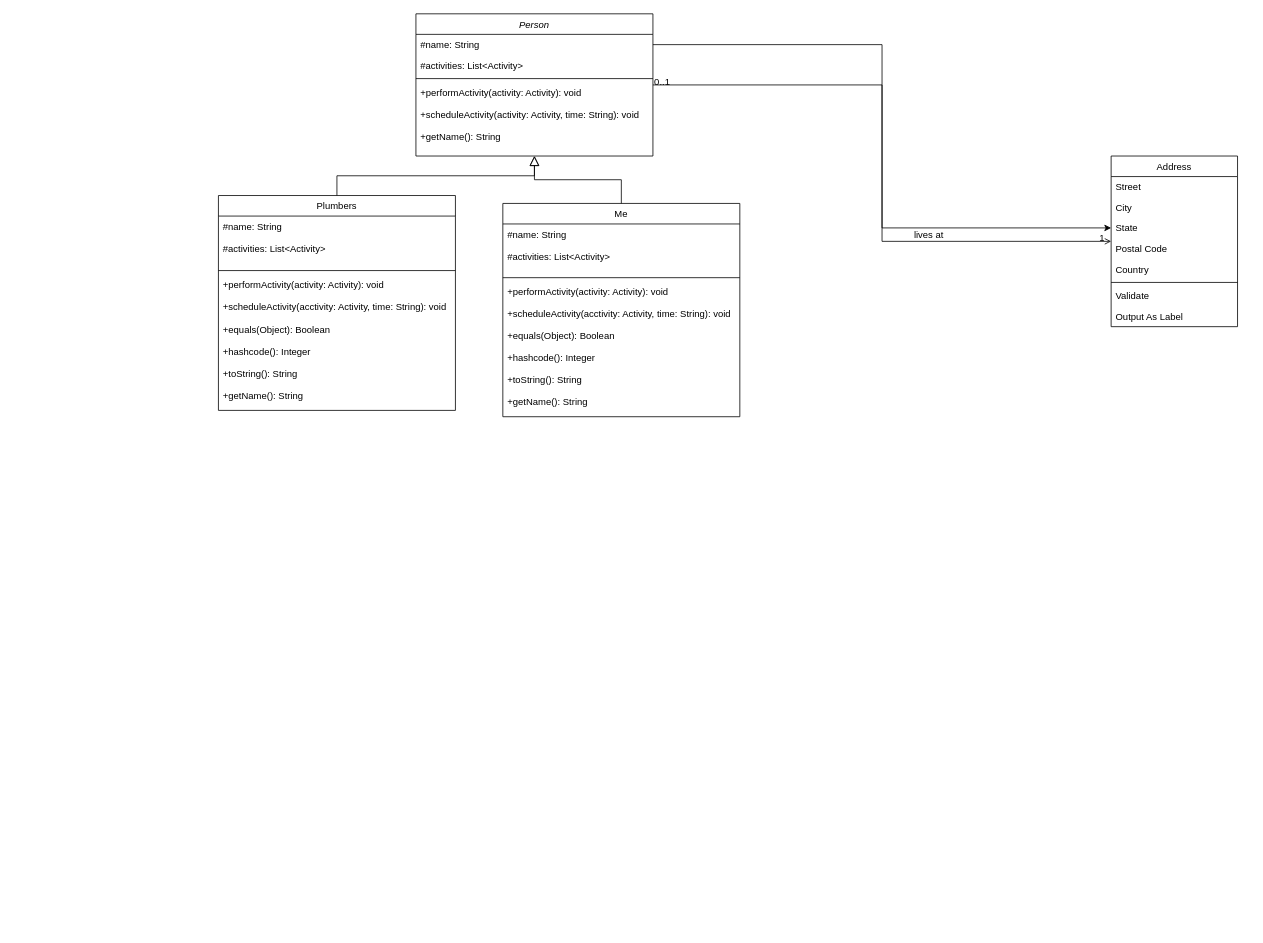
kyg03a/itmebra keeps this draw.io diagram as Прога/Untitled Diagram.drawio. Above is the earlier version. Source tidied: cells renumbered, new cells numbered last; positions are measured from the earlier drawing's top-left corner, leaving out a move shared by most shapes. Both pictures are drawn from the tidied source at 79%, with x=0, y=0 at pixel (218, 13).
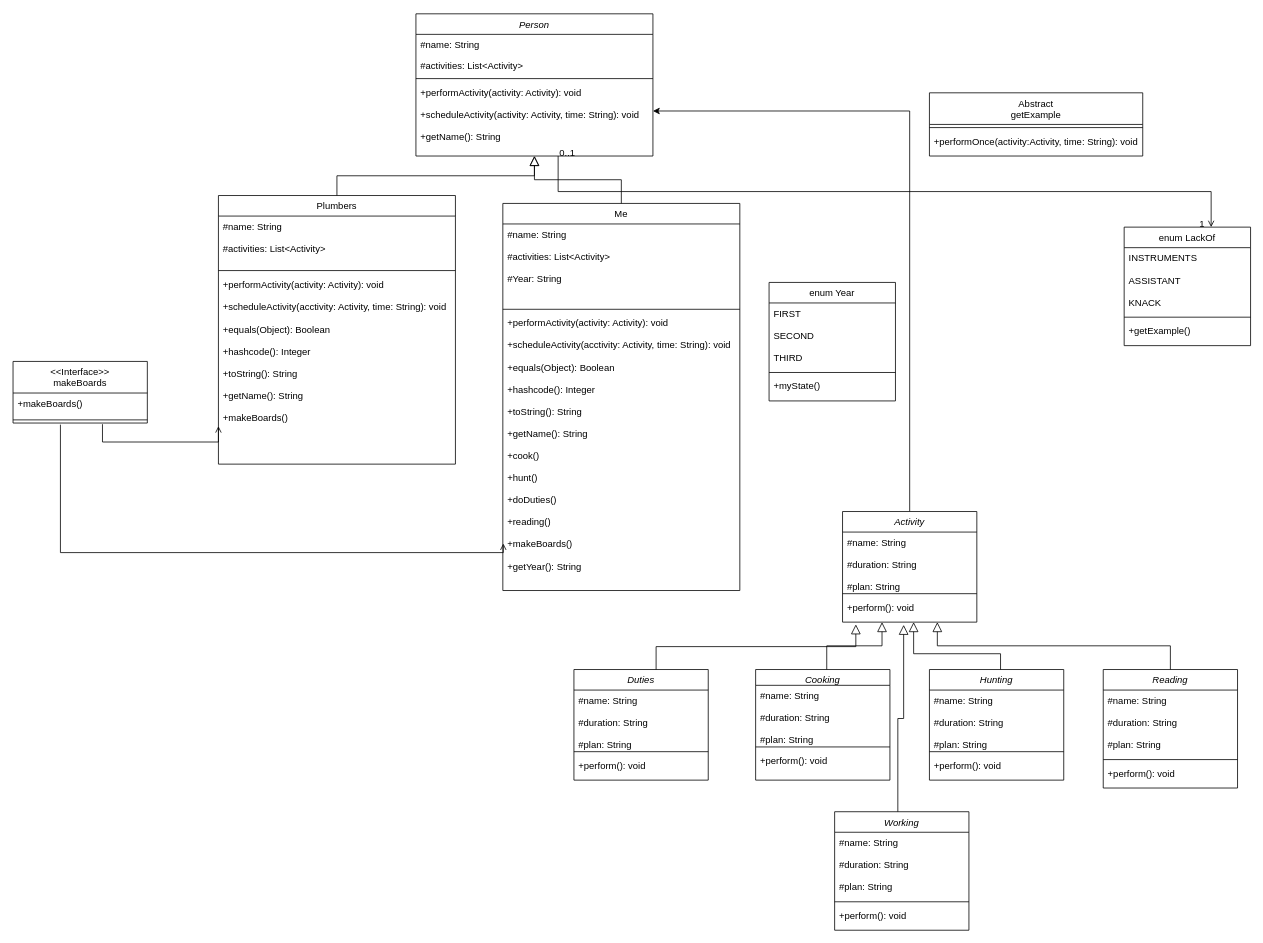
The same diagram, later.

The change refers to these unchanged cells:
```xml
<mxCell id="2" value="Person" style="swimlane;fontStyle=2;align=center;verticalAlign=top;horizontal=1;startSize=26;rounded=0;shadow=0;strokeWidth=1;" parent="1" vertex="1">
  <mxGeometry x="250" width="300" height="180" as="geometry" />
</mxCell>
<mxCell id="3" value="#name: String" style="text;align=left;verticalAlign=top;spacingLeft=4;spacingRight=4;overflow=hidden;points=[[0,0.5],[1,0.5]];portConstraint=eastwest;" parent="2" vertex="1">
  <mxGeometry y="26" width="300" height="26" as="geometry" />
</mxCell>
<mxCell id="6" value="+performActivity(activity: Activity): void&#10;&#10;+scheduleActivity(activity: Activity, time: String): void&#10;&#10;+getName(): String&#10;" style="text;align=left;verticalAlign=top;spacingLeft=4;spacingRight=4;overflow=hidden;points=[[0,0.5],[1,0.5]];portConstraint=eastwest;" parent="2" vertex="1">
  <mxGeometry y="86" width="300" height="74" as="geometry" />
</mxCell>
```

What changed in the source:
```diff
@@
     <mxCell id="7" value="Plumbers" style="swimlane;fontStyle=0;align=center;verticalAlign=top;horizontal=1;startSize=26;rounded=0;shadow=0;strokeWidth=1;" parent="1" vertex="1">
-      <mxGeometry y="230" width="300" height="272" as="geometry" />
+      <mxGeometry y="230" width="300" height="340" as="geometry" />
     </mxCell>
@@
-    <mxCell id="10" value="+performActivity(activity: Activity): void&#10;&#10;+scheduleActivity(acctivity: Activity, time: String): void&#10;&#10;+equals(Object): Boolean&#10;&#10;+hashcode(): Integer&#10;&#10;+toString(): String&#10;&#10;+getName(): String" style="text;align=left;verticalAlign=top;spacingLeft=4;spacingRight=4;overflow=hidden;" parent="7" vertex="1">
-      <mxGeometry y="100" width="300" height="172" as="geometry" />
+    <mxCell id="10" value="+performActivity(activity: Activity): void&#10;&#10;+scheduleActivity(acctivity: Activity, time: String): void&#10;&#10;+equals(Object): Boolean&#10;&#10;+hashcode(): Integer&#10;&#10;+toString(): String&#10;&#10;+getName(): String&#10;&#10;+makeBoards()" style="text;align=left;verticalAlign=top;spacingLeft=4;spacingRight=4;overflow=hidden;" parent="7" vertex="1">
+      <mxGeometry y="100" width="300" height="240" as="geometry" />
     </mxCell>
@@
     <mxCell id="12" value="Me" style="swimlane;fontStyle=0;align=center;verticalAlign=top;horizontal=1;startSize=26;rounded=0;shadow=0;strokeWidth=1;" parent="1" vertex="1">
-      <mxGeometry x="360" y="240" width="300" height="270" as="geometry" />
+      <mxGeometry x="360" y="240" width="300" height="490" as="geometry" />
     </mxCell>
-    <mxCell id="13" value="#name: String&#10;&#10;#activities: List&lt;Activity&gt;" style="text;align=left;verticalAlign=top;spacingLeft=4;spacingRight=4;overflow=hidden;" parent="12" vertex="1">
-      <mxGeometry y="26" width="300" height="64" as="geometry" />
+    <mxCell id="13" value="#name: String&#10;&#10;#activities: List&lt;Activity&gt;&#10;&#10;#Year: String" style="text;align=left;verticalAlign=top;spacingLeft=4;spacingRight=4;overflow=hidden;" parent="12" vertex="1">
+      <mxGeometry y="26" width="300" height="104" as="geometry" />
     </mxCell>
     <mxCell id="14" style="line;html=1;strokeWidth=1;align=left;verticalAlign=middle;spacingTop=-1;spacingLeft=3;spacingRight=3;labelPosition=right;" parent="12" vertex="1">
-      <mxGeometry y="90" width="300" height="8" as="geometry" />
+      <mxGeometry y="130" width="300" height="8" as="geometry" />
     </mxCell>
-    <mxCell id="15" value="+performActivity(activity: Activity): void&#10;&#10;+scheduleActivity(acctivity: Activity, time: String): void&#10;&#10;+equals(Object): Boolean&#10;&#10;+hashcode(): Integer&#10;&#10;+toString(): String&#10;&#10;+getName(): String" style="text;align=left;verticalAlign=top;spacingLeft=4;spacingRight=4;overflow=hidden;points=[[0,0.5],[1,0.5]];portConstraint=eastwest;" parent="12" vertex="1">
-      <mxGeometry y="98" width="300" height="172" as="geometry" />
+    <mxCell id="15" value="+performActivity(activity: Activity): void&#10;&#10;+scheduleActivity(acctivity: Activity, time: String): void&#10;&#10;+equals(Object): Boolean&#10;&#10;+hashcode(): Integer&#10;&#10;+toString(): String&#10;&#10;+getName(): String&#10;&#10;+cook()&#10;&#10;+hunt()&#10;&#10;+doDuties()&#10;&#10;+reading()&#10;&#10;+makeBoards()&#10;&#10;+getYear(): String" style="text;align=left;verticalAlign=top;spacingLeft=4;spacingRight=4;overflow=hidden;points=[[0,0.5],[1,0.5]];portConstraint=eastwest;" parent="12" vertex="1">
+      <mxGeometry y="138" width="300" height="352" as="geometry" />
     </mxCell>
@@
-    <mxCell id="17" value="Address" style="swimlane;fontStyle=0;align=center;verticalAlign=top;horizontal=1;startSize=26;rounded=0;shadow=0;strokeWidth=1;" parent="1" vertex="1">
-      <mxGeometry x="1130" y="180" width="160" height="216" as="geometry" />
+    <mxCell id="17" value="enum LackOf" style="swimlane;fontStyle=0;align=center;verticalAlign=top;horizontal=1;startSize=26;rounded=0;shadow=0;strokeWidth=1;" parent="1" vertex="1">
+      <mxGeometry x="1146.5" y="270" width="160" height="150" as="geometry" />
     </mxCell>
-    <mxCell id="18" value="Street" style="text;align=left;verticalAlign=top;spacingLeft=4;spacingRight=4;overflow=hidden;" parent="17" vertex="1">
-      <mxGeometry y="26" width="160" height="26" as="geometry" />
+    <mxCell id="18" value="INSTRUMENTS&#10;&#10;ASSISTANT &#10;&#10;KNACK" style="text;align=left;verticalAlign=top;spacingLeft=4;spacingRight=4;overflow=hidden;" parent="17" vertex="1">
+      <mxGeometry y="26" width="160" height="84" as="geometry" />
     </mxCell>
-    <mxCell id="19" value="City" style="text;align=left;verticalAlign=top;spacingLeft=4;spacingRight=4;overflow=hidden;rounded=0;shadow=0;html=0;" parent="17" vertex="1">
-      <mxGeometry y="52" width="160" height="26" as="geometry" />
-    </mxCell>
-    <mxCell id="20" value="State" style="text;align=left;verticalAlign=top;spacingLeft=4;spacingRight=4;overflow=hidden;points=[[0,0.5],[1,0.5]];portConstraint=eastwest;rounded=0;shadow=0;html=0;" parent="17" vertex="1">
-      <mxGeometry y="78" width="160" height="26" as="geometry" />
-    </mxCell>
-    <mxCell id="21" value="Postal Code" style="text;align=left;verticalAlign=top;spacingLeft=4;spacingRight=4;overflow=hidden;rounded=0;shadow=0;html=0;" parent="17" vertex="1">
-      <mxGeometry y="104" width="160" height="26" as="geometry" />
-    </mxCell>
-    <mxCell id="22" value="Country" style="text;align=left;verticalAlign=top;spacingLeft=4;spacingRight=4;overflow=hidden;rounded=0;shadow=0;html=0;" parent="17" vertex="1">
-      <mxGeometry y="130" width="160" height="26" as="geometry" />
-    </mxCell>
     <mxCell id="23" style="line;html=1;strokeWidth=1;align=left;verticalAlign=middle;spacingTop=-1;spacingLeft=3;spacingRight=3;labelPosition=right;" parent="17" vertex="1">
-      <mxGeometry y="156" width="160" height="8" as="geometry" />
+      <mxGeometry y="110" width="160" height="8" as="geometry" />
     </mxCell>
-    <mxCell id="24" value="Validate" style="text;align=left;verticalAlign=top;spacingLeft=4;spacingRight=4;overflow=hidden;" parent="17" vertex="1">
-      <mxGeometry y="164" width="160" height="26" as="geometry" />
+    <mxCell id="24" value="+getExample()" style="text;align=left;verticalAlign=top;spacingLeft=4;spacingRight=4;overflow=hidden;" parent="17" vertex="1">
+      <mxGeometry y="118" width="160" height="26" as="geometry" />
     </mxCell>
-    <mxCell id="25" value="Output As Label" style="text;align=left;verticalAlign=top;spacingLeft=4;spacingRight=4;overflow=hidden;" parent="17" vertex="1">
-      <mxGeometry y="190" width="160" height="26" as="geometry" />
-    </mxCell>
-    <mxCell id="26" style="endArrow=open;shadow=0;strokeWidth=1;rounded=0;curved=0;endFill=1;edgeStyle=elbowEdgeStyle;elbow=vertical;" parent="1" edge="1" source="2" target="17">
+    <mxCell id="26" style="endArrow=open;shadow=0;strokeWidth=1;rounded=0;curved=0;endFill=1;edgeStyle=elbowEdgeStyle;elbow=vertical;" parent="1" edge="1">
       <mxGeometry x="0.5" y="41" relative="1" as="geometry">
+        <mxPoint x="430" y="180" as="sourcePoint" />
+        <mxPoint x="1256.6" y="270" as="targetPoint" />
         <mxPoint x="-40" y="32" as="offset" />
       </mxGeometry>
     </mxCell>
@@
-    <mxCell id="29" value="lives at" style="text;html=1;align=center;verticalAlign=middle;labelBackgroundColor=none;rounded=0;shadow=0;strokeWidth=1;fontSize=12;" parent="26" vertex="1">
-      <mxGeometry x="0.5" y="49" relative="1" as="geometry">
-        <mxPoint x="-38" y="40" as="offset" />
-      </mxGeometry>
-    </mxCell>
-    <mxCell id="30" style="edgeStyle=orthogonalEdgeStyle;rounded=0;jettySize=auto;html=1;" parent="1" edge="1" source="3" target="20">
-      <mxGeometry relative="1" as="geometry" />
-    </mxCell>
+    <mxCell id="31" value="&lt;&lt;Interface&gt;&gt;&#10;makeBoards&#10;" style="swimlane;fontStyle=0;align=center;verticalAlign=top;horizontal=1;startSize=40;rounded=0;shadow=0;strokeWidth=1;" parent="1" vertex="1">
+      <mxGeometry x="-260" y="440" width="170" height="78" as="geometry" />
+    </mxCell>
+    <mxCell id="32" value="+makeBoards()" style="text;align=left;verticalAlign=top;spacingLeft=4;spacingRight=4;overflow=hidden;" parent="31" vertex="1">
+      <mxGeometry y="40" width="170" height="30" as="geometry" />
+    </mxCell>
+    <mxCell id="33" style="line;html=1;strokeWidth=1;align=left;verticalAlign=middle;spacingTop=-1;spacingLeft=3;spacingRight=3;labelPosition=right;points=[];portConstraint=eastwest;" parent="31" vertex="1">
+      <mxGeometry y="70" width="170" height="8" as="geometry" />
+    </mxCell>
+    <mxCell id="34" style="edgeStyle=orthogonalEdgeStyle;rounded=0;jettySize=auto;html=1;" parent="1" edge="1" source="35" target="6">
+      <mxGeometry relative="1" as="geometry" />
+    </mxCell>
+    <mxCell id="35" value="Activity" style="swimlane;fontStyle=2;align=center;verticalAlign=top;horizontal=1;startSize=26;rounded=0;shadow=0;strokeWidth=1;" parent="1" vertex="1">
+      <mxGeometry x="790" y="630" width="170" height="140" as="geometry" />
+    </mxCell>
+    <mxCell id="36" value="#name: String&#10;&#10;#duration: String&#10;&#10;#plan: String&#10;" style="text;align=left;verticalAlign=top;spacingLeft=4;spacingRight=4;overflow=hidden;" parent="35" vertex="1">
+      <mxGeometry y="26" width="170" height="74" as="geometry" />
+    </mxCell>
+    <mxCell id="37" style="line;html=1;strokeWidth=1;align=left;verticalAlign=middle;spacingTop=-1;spacingLeft=3;spacingRight=3;labelPosition=right;" parent="35" vertex="1">
+      <mxGeometry y="100" width="170" height="8" as="geometry" />
+    </mxCell>
+    <mxCell id="38" value="+perform(): void" style="text;align=left;verticalAlign=top;spacingLeft=4;spacingRight=4;overflow=hidden;points=[[0,0.5],[1,0.5]];portConstraint=eastwest;" parent="35" vertex="1">
+      <mxGeometry y="108" width="170" height="32" as="geometry" />
+    </mxCell>
+    <mxCell id="39" value="Hunting" style="swimlane;fontStyle=2;align=center;verticalAlign=top;horizontal=1;startSize=26;rounded=0;shadow=0;strokeWidth=1;" parent="1" vertex="1">
+      <mxGeometry x="900" y="830" width="170" height="140" as="geometry" />
+    </mxCell>
+    <mxCell id="40" value="#name: String&#10;&#10;#duration: String&#10;&#10;#plan: String&#10;" style="text;align=left;verticalAlign=top;spacingLeft=4;spacingRight=4;overflow=hidden;" parent="39" vertex="1">
+      <mxGeometry y="26" width="170" height="74" as="geometry" />
+    </mxCell>
+    <mxCell id="41" style="line;html=1;strokeWidth=1;align=left;verticalAlign=middle;spacingTop=-1;spacingLeft=3;spacingRight=3;labelPosition=right;" parent="39" vertex="1">
+      <mxGeometry y="100" width="170" height="8" as="geometry" />
+    </mxCell>
+    <mxCell id="42" value="+perform(): void" style="text;align=left;verticalAlign=top;spacingLeft=4;spacingRight=4;overflow=hidden;" parent="39" vertex="1">
+      <mxGeometry y="108" width="170" height="32" as="geometry" />
+    </mxCell>
+    <mxCell id="43" value="Cooking" style="swimlane;fontStyle=2;align=center;verticalAlign=top;horizontal=1;startSize=20;rounded=0;shadow=0;strokeWidth=1;" parent="1" vertex="1">
+      <mxGeometry x="680" y="830" width="170" height="140" as="geometry" />
+    </mxCell>
+    <mxCell id="44" value="#name: String&#10;&#10;#duration: String&#10;&#10;#plan: String&#10;" style="text;align=left;verticalAlign=top;spacingLeft=4;spacingRight=4;overflow=hidden;" parent="43" vertex="1">
+      <mxGeometry y="20" width="170" height="74" as="geometry" />
+    </mxCell>
+    <mxCell id="45" style="line;html=1;strokeWidth=1;align=left;verticalAlign=middle;spacingTop=-1;spacingLeft=3;spacingRight=3;labelPosition=right;" parent="43" vertex="1">
+      <mxGeometry y="94" width="170" height="8" as="geometry" />
+    </mxCell>
+    <mxCell id="46" value="+perform(): void" style="text;align=left;verticalAlign=top;spacingLeft=4;spacingRight=4;overflow=hidden;" parent="43" vertex="1">
+      <mxGeometry y="102" width="170" height="32" as="geometry" />
+    </mxCell>
+    <mxCell id="47" value="Duties" style="swimlane;fontStyle=2;align=center;verticalAlign=top;horizontal=1;startSize=26;rounded=0;shadow=0;strokeWidth=1;" parent="1" vertex="1">
+      <mxGeometry x="450" y="830" width="170" height="140" as="geometry" />
+    </mxCell>
+    <mxCell id="48" value="#name: String&#10;&#10;#duration: String&#10;&#10;#plan: String&#10;" style="text;align=left;verticalAlign=top;spacingLeft=4;spacingRight=4;overflow=hidden;" parent="47" vertex="1">
+      <mxGeometry y="26" width="170" height="74" as="geometry" />
+    </mxCell>
+    <mxCell id="49" style="line;html=1;strokeWidth=1;align=left;verticalAlign=middle;spacingTop=-1;spacingLeft=3;spacingRight=3;labelPosition=right;" parent="47" vertex="1">
+      <mxGeometry y="100" width="170" height="8" as="geometry" />
+    </mxCell>
+    <mxCell id="50" value="+perform(): void" style="text;align=left;verticalAlign=top;spacingLeft=4;spacingRight=4;overflow=hidden;" parent="47" vertex="1">
+      <mxGeometry y="108" width="170" height="32" as="geometry" />
+    </mxCell>
+    <mxCell id="51" value="Reading" style="swimlane;fontStyle=2;align=center;verticalAlign=top;horizontal=1;startSize=26;rounded=0;shadow=0;strokeWidth=1;" parent="1" vertex="1">
+      <mxGeometry x="1120" y="830" width="170" height="150" as="geometry" />
+    </mxCell>
+    <mxCell id="52" value="#name: String&#10;&#10;#duration: String&#10;&#10;#plan: String&#10;" style="text;align=left;verticalAlign=top;spacingLeft=4;spacingRight=4;overflow=hidden;" parent="51" vertex="1">
+      <mxGeometry y="26" width="170" height="84" as="geometry" />
+    </mxCell>
+    <mxCell id="53" style="line;html=1;strokeWidth=1;align=left;verticalAlign=middle;spacingTop=-1;spacingLeft=3;spacingRight=3;labelPosition=right;" parent="51" vertex="1">
+      <mxGeometry y="110" width="170" height="8" as="geometry" />
+    </mxCell>
+    <mxCell id="54" value="+perform(): void" style="text;align=left;verticalAlign=top;spacingLeft=4;spacingRight=4;overflow=hidden;" parent="51" vertex="1">
+      <mxGeometry y="118" width="170" height="32" as="geometry" />
+    </mxCell>
+    <mxCell id="55" style="endArrow=open;shadow=0;strokeWidth=1;rounded=0;curved=0;endFill=1;edgeStyle=elbowEdgeStyle;elbow=vertical;entryX=0.002;entryY=0.831;entryDx=0;entryDy=0;entryPerimeter=0;" parent="1" edge="1" target="15">
+      <mxGeometry x="0.5" y="41" relative="1" as="geometry">
+        <mxPoint x="-200" y="520" as="sourcePoint" />
+        <Array as="points">
+          <mxPoint x="-130.8" y="682" />
+        </Array>
+        <mxPoint x="-40" y="32" as="offset" />
+      </mxGeometry>
+    </mxCell>
+    <mxCell id="56" style="align=left;verticalAlign=bottom;labelBackgroundColor=none;fontSize=12;" parent="55" vertex="1">
+      <mxGeometry x="-1" relative="1" as="geometry">
+        <mxPoint y="4" as="offset" />
+      </mxGeometry>
+    </mxCell>
+    <mxCell id="57" style="align=right;verticalAlign=bottom;labelBackgroundColor=none;fontSize=12;" parent="55" vertex="1">
+      <mxGeometry x="1" relative="1" as="geometry">
+        <mxPoint x="-7" y="4" as="offset" />
+      </mxGeometry>
+    </mxCell>
+    <mxCell id="58" style="endArrow=open;shadow=0;strokeWidth=1;rounded=0;curved=0;endFill=1;edgeStyle=elbowEdgeStyle;elbow=vertical;entryX=0;entryY=0.907;entryDx=0;entryDy=0;entryPerimeter=0;exitX=0.666;exitY=1.183;exitDx=0;exitDy=0;exitPerimeter=0;" parent="1" edge="1" source="33">
+      <mxGeometry x="0.5" y="41" relative="1" as="geometry">
+        <mxPoint y="522" as="targetPoint" />
+        <Array as="points">
+          <mxPoint x="-465.8" y="542" />
+        </Array>
+        <mxPoint x="-40" y="32" as="offset" />
+      </mxGeometry>
+    </mxCell>
+    <mxCell id="59" style="align=left;verticalAlign=bottom;labelBackgroundColor=none;fontSize=12;" parent="58" vertex="1">
+      <mxGeometry x="-1" relative="1" as="geometry">
+        <mxPoint y="4" as="offset" />
+      </mxGeometry>
+    </mxCell>
+    <mxCell id="60" style="align=right;verticalAlign=bottom;labelBackgroundColor=none;fontSize=12;" parent="58" vertex="1">
+      <mxGeometry x="1" relative="1" as="geometry">
+        <mxPoint x="-7" y="4" as="offset" />
+      </mxGeometry>
+    </mxCell>
+    <mxCell id="61" value="enum Year" style="swimlane;fontStyle=0;align=center;verticalAlign=top;horizontal=1;startSize=26;rounded=0;shadow=0;strokeWidth=1;" parent="1" vertex="1">
+      <mxGeometry x="697" y="340" width="160" height="150" as="geometry" />
+    </mxCell>
+    <mxCell id="62" value="FIRST&#10;&#10;SECOND&#10;&#10;THIRD" style="text;align=left;verticalAlign=top;spacingLeft=4;spacingRight=4;overflow=hidden;" parent="61" vertex="1">
+      <mxGeometry y="26" width="160" height="84" as="geometry" />
+    </mxCell>
+    <mxCell id="63" style="line;html=1;strokeWidth=1;align=left;verticalAlign=middle;spacingTop=-1;spacingLeft=3;spacingRight=3;labelPosition=right;" parent="61" vertex="1">
+      <mxGeometry y="110" width="160" height="8" as="geometry" />
+    </mxCell>
+    <mxCell id="64" value="+myState()" style="text;align=left;verticalAlign=top;spacingLeft=4;spacingRight=4;overflow=hidden;" parent="61" vertex="1">
+      <mxGeometry y="118" width="160" height="26" as="geometry" />
+    </mxCell>
+    <mxCell id="65" value="Abstract&#10;getExample" style="swimlane;fontStyle=0;align=center;verticalAlign=top;horizontal=1;startSize=40;rounded=0;shadow=0;strokeWidth=1;" parent="1" vertex="1">
+      <mxGeometry x="900" y="100" width="270" height="80" as="geometry" />
+    </mxCell>
+    <mxCell id="66" style="line;html=1;strokeWidth=1;align=left;verticalAlign=middle;spacingTop=-1;spacingLeft=3;spacingRight=3;labelPosition=right;" parent="65" vertex="1">
+      <mxGeometry y="40" width="270" height="8" as="geometry" />
+    </mxCell>
+    <mxCell id="67" value="+performOnce(activity:Activity, time: String): void&#10;" style="text;align=left;verticalAlign=top;spacingLeft=4;spacingRight=4;overflow=hidden;" parent="65" vertex="1">
+      <mxGeometry y="48" width="270" height="32" as="geometry" />
+    </mxCell>
+    <mxCell id="68" value="Working" style="swimlane;fontStyle=2;align=center;verticalAlign=top;horizontal=1;startSize=26;rounded=0;shadow=0;strokeWidth=1;" parent="1" vertex="1">
+      <mxGeometry x="780" y="1010" width="170" height="150" as="geometry" />
+    </mxCell>
+    <mxCell id="69" value="#name: String&#10;&#10;#duration: String&#10;&#10;#plan: String&#10;" style="text;align=left;verticalAlign=top;spacingLeft=4;spacingRight=4;overflow=hidden;" parent="68" vertex="1">
+      <mxGeometry y="26" width="170" height="84" as="geometry" />
+    </mxCell>
+    <mxCell id="70" style="line;html=1;strokeWidth=1;align=left;verticalAlign=middle;spacingTop=-1;spacingLeft=3;spacingRight=3;labelPosition=right;" parent="68" vertex="1">
+      <mxGeometry y="110" width="170" height="8" as="geometry" />
+    </mxCell>
+    <mxCell id="71" value="+perform(): void" style="text;align=left;verticalAlign=top;spacingLeft=4;spacingRight=4;overflow=hidden;" parent="68" vertex="1">
+      <mxGeometry y="118" width="170" height="32" as="geometry" />
+    </mxCell>
+    <mxCell id="72" style="endArrow=block;endSize=10;endFill=0;shadow=0;strokeWidth=1;rounded=0;curved=0;edgeStyle=elbowEdgeStyle;elbow=vertical;" parent="1" edge="1">
+      <mxGeometry relative="1" as="geometry">
+        <mxPoint x="990" y="830" as="sourcePoint" />
+        <mxPoint x="880" y="770" as="targetPoint" />
+        <Array as="points">
+          <mxPoint x="880" y="810" />
+        </Array>
+      </mxGeometry>
+    </mxCell>
+    <mxCell id="73" style="endArrow=block;endSize=10;endFill=0;shadow=0;strokeWidth=1;rounded=0;curved=0;edgeStyle=elbowEdgeStyle;elbow=vertical;exitX=0.5;exitY=0;exitDx=0;exitDy=0;" parent="1" edge="1" source="51">
+      <mxGeometry relative="1" as="geometry">
+        <mxPoint x="910" y="770" as="targetPoint" />
+      </mxGeometry>
+    </mxCell>
+    <mxCell id="74" style="endArrow=block;endSize=10;endFill=0;shadow=0;strokeWidth=1;rounded=0;curved=0;edgeStyle=elbowEdgeStyle;elbow=vertical;exitX=0.5;exitY=0;exitDx=0;exitDy=0;entryX=0.099;entryY=1.089;entryDx=0;entryDy=0;entryPerimeter=0;" parent="1" edge="1" target="38">
+      <mxGeometry relative="1" as="geometry">
+        <mxPoint x="554" y="830" as="sourcePoint" />
+      </mxGeometry>
+    </mxCell>
+    <mxCell id="75" style="endArrow=block;endSize=10;endFill=0;shadow=0;strokeWidth=1;rounded=0;curved=0;edgeStyle=elbowEdgeStyle;elbow=vertical;exitX=0.5;exitY=0;exitDx=0;exitDy=0;entryX=0.294;entryY=1;entryDx=0;entryDy=0;entryPerimeter=0;" parent="1" edge="1" target="38">
+      <mxGeometry relative="1" as="geometry">
+        <mxPoint x="770" y="830" as="sourcePoint" />
+      </mxGeometry>
+    </mxCell>
+    <mxCell id="76" style="endArrow=block;endSize=10;endFill=0;shadow=0;strokeWidth=1;rounded=0;curved=0;edgeStyle=elbowEdgeStyle;elbow=vertical;exitX=0.5;exitY=0;exitDx=0;exitDy=0;entryX=0.455;entryY=1.108;entryDx=0;entryDy=0;entryPerimeter=0;" parent="1" edge="1" target="38">
+      <mxGeometry relative="1" as="geometry">
+        <mxPoint x="860" y="1010" as="sourcePoint" />
+      </mxGeometry>
+    </mxCell>
```
